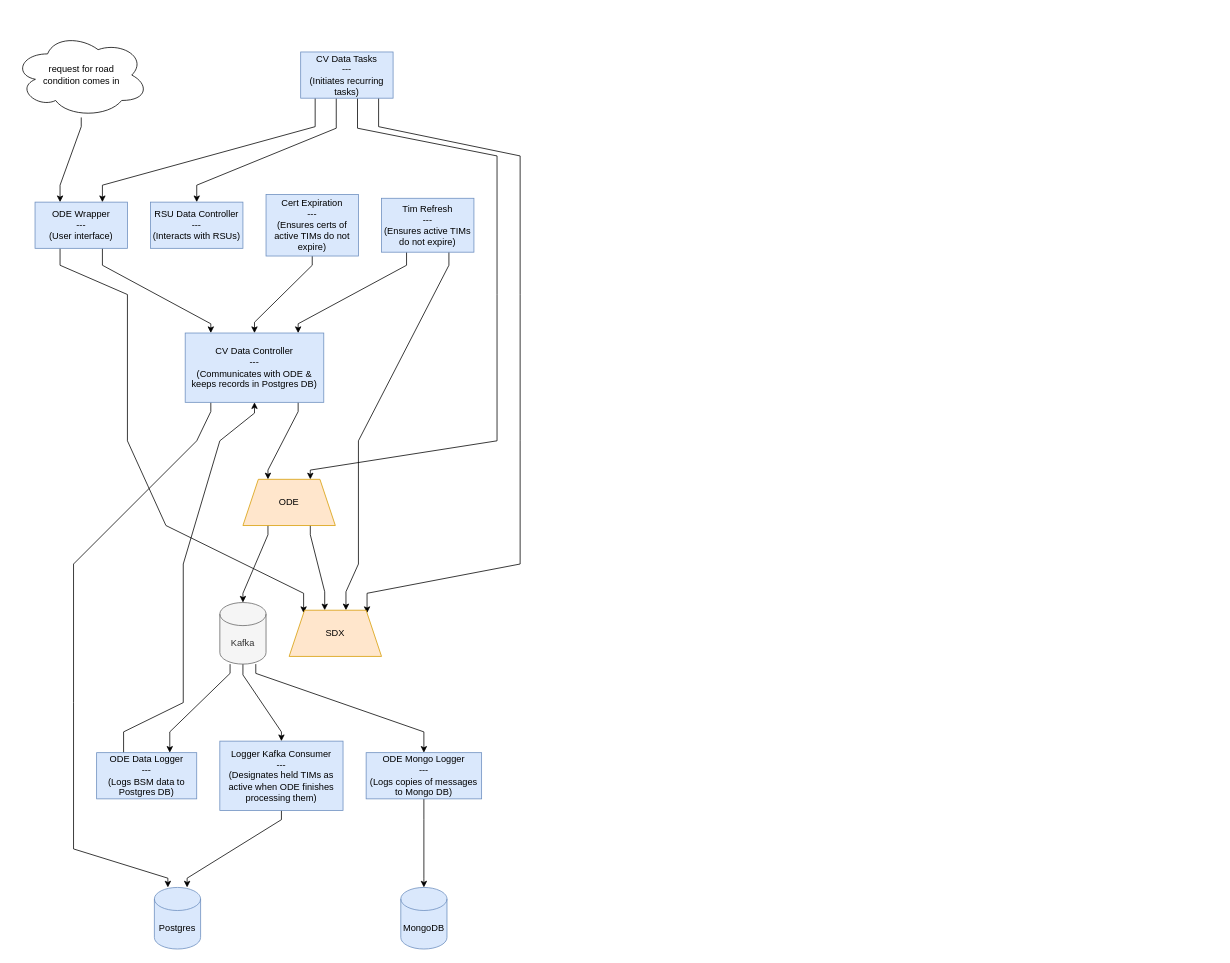
Earlier version of the draw.io diagram images/diagrams/data-flow-diagram.drawio (Trihydro/TIM-Manager). Source tidied: cells renumbered, new cells numbered last; positions are measured from the earlier drawing's top-left corner, leaving out a move shared by most shapes. Both pictures are drawn from the tidied source at 77%, with x=0, y=0 at pixel (13, 32).
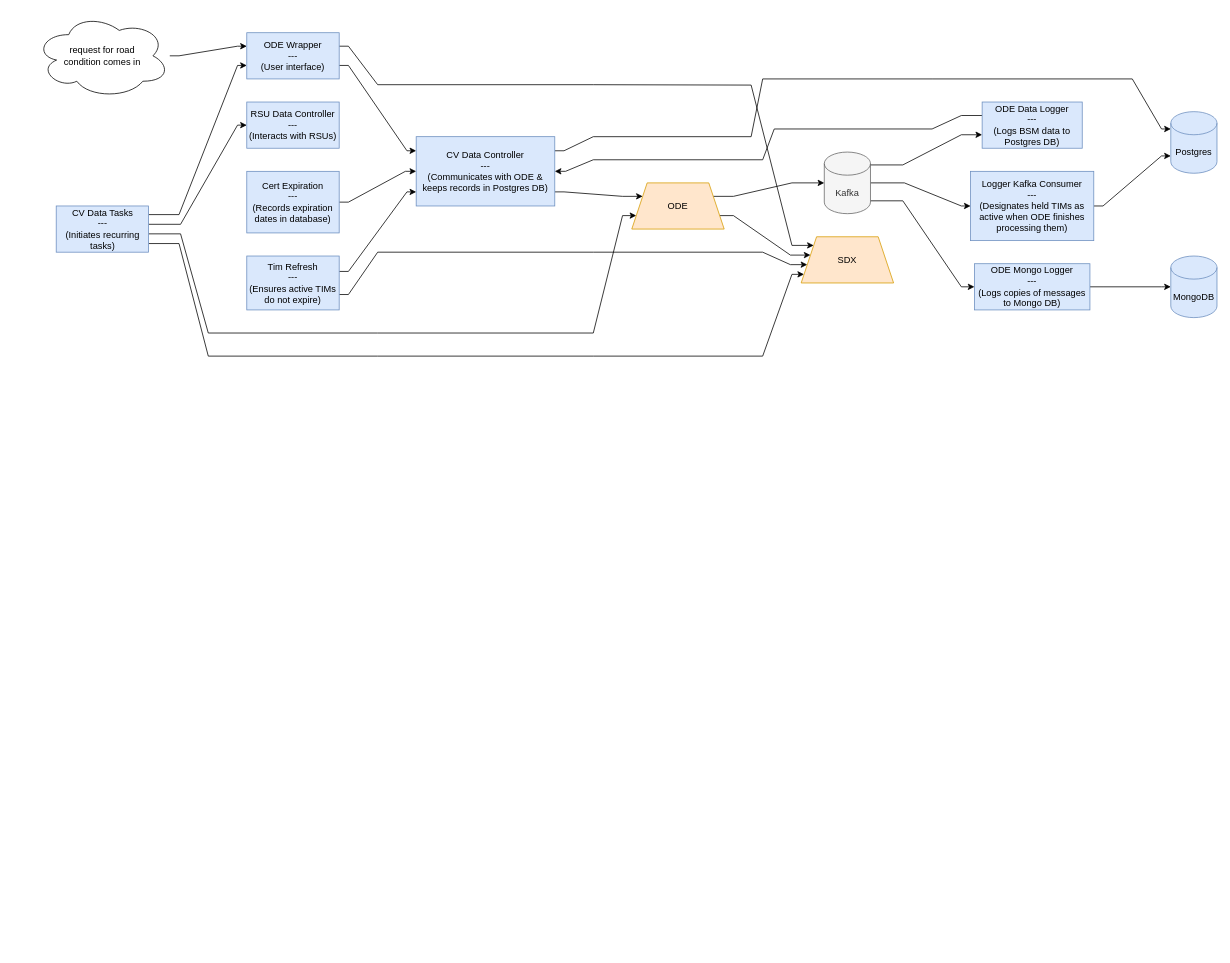
Above is the later version.

Commit message (it also covers changes not shown here):
Updated cert-expiration module description in data flow diagram & modified layout to horizontal

What changed in the source:
```diff
@@
     <mxCell id="2" style="rounded=0;jettySize=auto;html=1;noEdgeStyle=1;orthogonal=1;" parent="1" edge="1" source="4" target="7">
       <mxGeometry relative="1" as="geometry">
         <Array as="points">
-          <mxPoint x="115.5" y="302" />
-          <mxPoint x="256.3" y="378" />
+          <mxPoint x="435" y="42.5" />
+          <mxPoint x="511" y="153.3" />
         </Array>
       </mxGeometry>
     </mxCell>
     <mxCell id="3" style="rounded=0;jettySize=auto;html=1;noEdgeStyle=1;orthogonal=1;" parent="1" edge="1" source="4" target="33">
       <mxGeometry relative="1" as="geometry">
         <Array as="points">
-          <mxPoint x="60.5" y="302" />
-          <mxPoint x="148" y="340" />
-          <mxPoint x="148" y="530" />
-          <mxPoint x="148" y="530" />
-          <mxPoint x="198" y="640" />
-          <mxPoint x="376.8" y="728" />
+          <mxPoint x="435" y="17.5" />
+          <mxPoint x="473" y="67.5" />
+          <mxPoint x="753" y="67.5" />
+          <mxPoint x="753" y="67.5" />
+          <mxPoint x="958" y="68" />
+          <mxPoint x="1011" y="276.2" />
         </Array>
       </mxGeometry>
     </mxCell>
     <mxCell id="4" value="ODE Wrapper&lt;br&gt;---&lt;br&gt;(User interface)" style="rounded=0;whiteSpace=wrap;html=1;fillColor=#dae8fc;strokeColor=#6c8ebf;" parent="1" vertex="1">
-      <mxGeometry x="28" y="220" width="120" height="60" as="geometry" />
+      <mxGeometry x="303" width="120" height="60" as="geometry" />
     </mxCell>
     <mxCell id="5" style="rounded=0;jettySize=auto;html=1;noEdgeStyle=1;orthogonal=1;" parent="1" edge="1" source="7" target="34">
       <mxGeometry relative="1" as="geometry">
         <Array as="points">
-          <mxPoint x="369.7" y="492" />
-          <mxPoint x="330.5" y="568" />
+          <mxPoint x="715" y="206.7" />
+          <mxPoint x="791" y="212.5" />
         </Array>
       </mxGeometry>
     </mxCell>
     <mxCell id="6" style="edgeStyle=orthogonalEdgeStyle;rounded=0;jettySize=auto;html=1;noEdgeStyle=1;orthogonal=1;" parent="1" edge="1" source="7" target="36">
       <mxGeometry relative="1" as="geometry">
         <Array as="points">
-          <mxPoint x="256.3" y="492" />
-          <mxPoint x="238" y="530" />
-          <mxPoint x="78" y="690" />
-          <mxPoint x="78" y="870" />
-          <mxPoint x="78" y="870" />
-          <mxPoint x="78" y="1060" />
-          <mxPoint x="200.5" y="1098" />
+          <mxPoint x="715" y="153.3" />
+          <mxPoint x="753" y="135" />
+          <mxPoint x="958" y="135" />
+          <mxPoint x="973" y="60" />
+          <mxPoint x="1193" y="60" />
+          <mxPoint x="1193" y="60" />
+          <mxPoint x="1453" y="60" />
+          <mxPoint x="1491" y="125" />
         </Array>
       </mxGeometry>
     </mxCell>
     <mxCell id="7" value="CV Data Controller&lt;br&gt;---&lt;br&gt;(Communicates with ODE &amp;amp; keeps records in Postgres DB)" style="rounded=0;whiteSpace=wrap;html=1;fillColor=#dae8fc;strokeColor=#6c8ebf;" parent="1" vertex="1">
-      <mxGeometry x="223" y="390" width="180" height="90" as="geometry" />
+      <mxGeometry x="523" y="135" width="180" height="90" as="geometry" />
     </mxCell>
     <mxCell id="8" style="edgeStyle=orthogonalEdgeStyle;rounded=0;jettySize=auto;html=1;noEdgeStyle=1;orthogonal=1;" parent="1" edge="1" source="9" target="4">
       <mxGeometry relative="1" as="geometry">
         <Array as="points">
-          <mxPoint x="88" y="122" />
-          <mxPoint x="60.5" y="198" />
+          <mxPoint x="215" y="30" />
+          <mxPoint x="291" y="17.5" />
         </Array>
       </mxGeometry>
     </mxCell>
     <mxCell id="9" value="r&lt;span style=&quot;background-color: initial;&quot;&gt;equest for road&lt;/span&gt;&lt;div&gt;&lt;span style=&quot;background-color: initial;&quot;&gt;condition comes in&lt;/span&gt;&lt;/div&gt;" style="ellipse;shape=cloud;whiteSpace=wrap;html=1;" parent="1" vertex="1">
-      <mxGeometry x="0.5" width="175" height="110" as="geometry" />
+      <mxGeometry x="28" y="-25" width="175" height="110" as="geometry" />
     </mxCell>
     <mxCell id="10" style="rounded=0;jettySize=auto;html=1;noEdgeStyle=1;orthogonal=1;" parent="1" edge="1" source="34" target="18">
       <mxGeometry relative="1" as="geometry">
         <Array as="points">
-          <mxPoint x="330.5" y="652" />
-          <mxPoint x="298" y="728" />
+          <mxPoint x="935" y="212.5" />
+          <mxPoint x="1011" y="195" />
         </Array>
       </mxGeometry>
     </mxCell>
     <mxCell id="11" style="rounded=0;jettySize=auto;html=1;noEdgeStyle=1;orthogonal=1;" parent="1" edge="1" source="34" target="33">
       <mxGeometry relative="1" as="geometry">
         <Array as="points">
-          <mxPoint x="385.5" y="652" />
-          <mxPoint x="404.2" y="726" />
+          <mxPoint x="935" y="237.5" />
+          <mxPoint x="1009" y="288.8" />
         </Array>
       </mxGeometry>
     </mxCell>
     <mxCell id="12" style="edgeStyle=orthogonalEdgeStyle;rounded=0;jettySize=auto;html=1;noEdgeStyle=1;orthogonal=1;" parent="1" edge="1" source="13" target="36">
       <mxGeometry relative="1" as="geometry">
         <Array as="points">
-          <mxPoint x="348" y="1022" />
-          <mxPoint x="225.5" y="1098" />
+          <mxPoint x="1415" y="225" />
+          <mxPoint x="1491" y="160" />
         </Array>
       </mxGeometry>
     </mxCell>
     <mxCell id="13" value="Logger Kafka Consumer&lt;br&gt;---&lt;br&gt;&lt;div&gt;(Designates held TIMs as active when ODE finishes processing them)&lt;/div&gt;" style="rounded=0;whiteSpace=wrap;html=1;fillColor=#dae8fc;strokeColor=#6c8ebf;" parent="1" vertex="1">
-      <mxGeometry x="268" y="920" width="160" height="90" as="geometry" />
+      <mxGeometry x="1243" y="180" width="160" height="90" as="geometry" />
     </mxCell>
     <mxCell id="14" value="MongoDB" style="shape=cylinder3;whiteSpace=wrap;html=1;boundedLbl=1;backgroundOutline=1;size=15;fillColor=#dae8fc;strokeColor=#6c8ebf;" parent="1" vertex="1">
-      <mxGeometry x="503" y="1110" width="60" height="80" as="geometry" />
+      <mxGeometry x="1503" y="290" width="60" height="80" as="geometry" />
     </mxCell>
     <mxCell id="15" style="rounded=0;jettySize=auto;html=1;noEdgeStyle=1;orthogonal=1;" parent="1" edge="1" source="18" target="13">
       <mxGeometry relative="1" as="geometry">
         <Array as="points">
-          <mxPoint x="298" y="834" />
-          <mxPoint x="348" y="908" />
+          <mxPoint x="1157" y="195" />
+          <mxPoint x="1231" y="225" />
         </Array>
       </mxGeometry>
     </mxCell>
     <mxCell id="16" style="rounded=0;jettySize=auto;html=1;noEdgeStyle=1;orthogonal=1;" parent="1" edge="1" source="18" target="32">
       <mxGeometry relative="1" as="geometry">
         <Array as="points">
-          <mxPoint x="314.7" y="832" />
-          <mxPoint x="533" y="908" />
+          <mxPoint x="1155" y="218.3" />
+          <mxPoint x="1231" y="330" />
         </Array>
       </mxGeometry>
     </mxCell>
     <mxCell id="17" style="edgeStyle=orthogonalEdgeStyle;rounded=0;jettySize=auto;html=1;noEdgeStyle=1;orthogonal=1;" parent="1" edge="1" source="18" target="28">
       <mxGeometry relative="1" as="geometry">
         <Array as="points">
-          <mxPoint x="281.3" y="832" />
-          <mxPoint x="203" y="908" />
+          <mxPoint x="1155" y="171.7" />
+          <mxPoint x="1231" y="132.5" />
         </Array>
       </mxGeometry>
     </mxCell>
     <mxCell id="18" value="Kafka" style="shape=cylinder3;whiteSpace=wrap;html=1;boundedLbl=1;backgroundOutline=1;size=15;fillColor=#f5f5f5;fontColor=#333333;strokeColor=#666666;" parent="1" vertex="1">
-      <mxGeometry x="268" y="740" width="60" height="80" as="geometry" />
+      <mxGeometry x="1053" y="155" width="60" height="80" as="geometry" />
     </mxCell>
     <mxCell id="19" style="rounded=0;jettySize=auto;html=1;noEdgeStyle=1;orthogonal=1;" parent="1" edge="1" source="35" target="34">
       <mxGeometry relative="1" as="geometry">
         <Array as="points">
-          <mxPoint x="446.8" y="124" />
-          <mxPoint x="628" y="160" />
-          <mxPoint x="628" y="340" />
-          <mxPoint x="628" y="340" />
-          <mxPoint x="628" y="530" />
-          <mxPoint x="385.5" y="568" />
+          <mxPoint x="217" y="261.2" />
+          <mxPoint x="253" y="390" />
+          <mxPoint x="473" y="390" />
+          <mxPoint x="473" y="390" />
+          <mxPoint x="753" y="390" />
+          <mxPoint x="791" y="237.5" />
         </Array>
       </mxGeometry>
     </mxCell>
     <mxCell id="20" style="rounded=0;jettySize=auto;html=1;noEdgeStyle=1;orthogonal=1;" parent="1" edge="1" source="35" target="23">
       <mxGeometry relative="1" as="geometry">
         <Array as="points">
-          <mxPoint x="419.2" y="124" />
-          <mxPoint x="238" y="198" />
+          <mxPoint x="217" y="248.8" />
+          <mxPoint x="291" y="120" />
         </Array>
       </mxGeometry>
     </mxCell>
     <mxCell id="21" style="rounded=0;jettySize=auto;html=1;noEdgeStyle=1;orthogonal=1;" parent="1" edge="1" source="35" target="4">
       <mxGeometry relative="1" as="geometry">
         <Array as="points">
-          <mxPoint x="391.8" y="122" />
-          <mxPoint x="115.5" y="198" />
+          <mxPoint x="215" y="236.2" />
+          <mxPoint x="291" y="42.5" />
         </Array>
       </mxGeometry>
     </mxCell>
     <mxCell id="22" style="rounded=0;jettySize=auto;html=1;noEdgeStyle=1;orthogonal=1;" parent="1" edge="1" source="35" target="33">
       <mxGeometry relative="1" as="geometry">
         <Array as="points">
-          <mxPoint x="474.2" y="122" />
-          <mxPoint x="658" y="160" />
-          <mxPoint x="658" y="340" />
-          <mxPoint x="658" y="340" />
-          <mxPoint x="658" y="530" />
-          <mxPoint x="658" y="530" />
-          <mxPoint x="658" y="690" />
-          <mxPoint x="459.2" y="728" />
+          <mxPoint x="215" y="273.8" />
+          <mxPoint x="253" y="420" />
+          <mxPoint x="473" y="420" />
+          <mxPoint x="473" y="420" />
+          <mxPoint x="753" y="420" />
+          <mxPoint x="753" y="420" />
+          <mxPoint x="973" y="420" />
+          <mxPoint x="1011" y="313.8" />
         </Array>
       </mxGeometry>
     </mxCell>
     <mxCell id="23" value="RSU Data Controller&lt;br&gt;---&lt;br&gt;(Interacts with RSUs)" style="rounded=0;whiteSpace=wrap;html=1;fillColor=#dae8fc;strokeColor=#6c8ebf;" parent="1" vertex="1">
-      <mxGeometry x="178" y="220" width="120" height="60" as="geometry" />
+      <mxGeometry x="303" y="90" width="120" height="60" as="geometry" />
     </mxCell>
     <mxCell id="24" style="rounded=0;jettySize=auto;html=1;noEdgeStyle=1;orthogonal=1;" parent="1" edge="1" source="26" target="7">
       <mxGeometry relative="1" as="geometry">
         <Array as="points">
-          <mxPoint x="510.5" y="302" />
-          <mxPoint x="369.7" y="378" />
+          <mxPoint x="435" y="310" />
+          <mxPoint x="511" y="206.7" />
         </Array>
       </mxGeometry>
     </mxCell>
     <mxCell id="25" style="rounded=0;jettySize=auto;html=1;noEdgeStyle=1;orthogonal=1;" parent="1" edge="1" source="26" target="33">
       <mxGeometry relative="1" as="geometry">
         <Array as="points">
-          <mxPoint x="565.5" y="302" />
-          <mxPoint x="448" y="530" />
-          <mxPoint x="448" y="530" />
-          <mxPoint x="448" y="690" />
-          <mxPoint x="431.8" y="726" />
+          <mxPoint x="435" y="340" />
+          <mxPoint x="473" y="285" />
+          <mxPoint x="753" y="285" />
+          <mxPoint x="753" y="285" />
+          <mxPoint x="973" y="285" />
+          <mxPoint x="1009" y="301.2" />
         </Array>
       </mxGeometry>
     </mxCell>
     <mxCell id="26" value="Tim Refresh&lt;br&gt;---&lt;br&gt;(Ensures active TIMs do not expire)" style="rounded=0;whiteSpace=wrap;html=1;fillColor=#dae8fc;strokeColor=#6c8ebf;" parent="1" vertex="1">
-      <mxGeometry x="478" y="215" width="120" height="70" as="geometry" />
+      <mxGeometry x="303" y="290" width="120" height="70" as="geometry" />
     </mxCell>
     <mxCell id="27" style="rounded=0;jettySize=auto;html=1;noEdgeStyle=1;orthogonal=1;" parent="1" edge="1" source="28" target="7">
       <mxGeometry relative="1" as="geometry">
         <Array as="points">
-          <mxPoint x="143" y="908" />
-          <mxPoint x="220.5" y="870" />
-          <mxPoint x="220.5" y="690" />
-          <mxPoint x="268" y="530" />
-          <mxPoint x="313" y="494" />
+          <mxPoint x="1231" y="107.5" />
+          <mxPoint x="1193" y="125" />
+          <mxPoint x="988" y="125" />
+          <mxPoint x="973" y="165" />
+          <mxPoint x="753" y="165" />
+          <mxPoint x="717" y="180" />
         </Array>
       </mxGeometry>
     </mxCell>
     <mxCell id="28" value="ODE Data Logger&lt;br&gt;---&lt;br&gt;&lt;div&gt;(Logs BSM data to Postgres DB)&lt;/div&gt;" style="rounded=0;whiteSpace=wrap;html=1;fillColor=#dae8fc;strokeColor=#6c8ebf;" parent="1" vertex="1">
-      <mxGeometry x="108" y="935" width="130" height="60" as="geometry" />
+      <mxGeometry x="1258" y="90" width="130" height="60" as="geometry" />
     </mxCell>
     <mxCell id="29" style="rounded=0;jettySize=auto;html=1;noEdgeStyle=1;orthogonal=1;" parent="1" edge="1" source="30" target="7">
       <mxGeometry relative="1" as="geometry">
         <Array as="points">
-          <mxPoint x="388" y="302" />
-          <mxPoint x="313" y="376" />
+          <mxPoint x="435" y="220" />
+          <mxPoint x="509" y="180" />
         </Array>
       </mxGeometry>
     </mxCell>
-    <mxCell id="30" value="Cert Expiration&lt;br&gt;---&lt;br&gt;(Ensures certs of active TIMs do not expire)" style="rounded=0;whiteSpace=wrap;html=1;fillColor=#dae8fc;strokeColor=#6c8ebf;" parent="1" vertex="1">
-      <mxGeometry x="328" y="210" width="120" height="80" as="geometry" />
+    <mxCell id="30" value="Cert Expiration&lt;br&gt;---&lt;br&gt;(Records expiration dates in database)" style="rounded=0;whiteSpace=wrap;html=1;fillColor=#dae8fc;strokeColor=#6c8ebf;" parent="1" vertex="1">
+      <mxGeometry x="303" y="180" width="120" height="80" as="geometry" />
     </mxCell>
     <mxCell id="31" style="rounded=0;jettySize=auto;html=1;noEdgeStyle=1;orthogonal=1;" parent="1" edge="1" source="32" target="14">
       <mxGeometry relative="1" as="geometry">
         <Array as="points">
-          <mxPoint x="533" y="1022" />
-          <mxPoint x="533" y="1098" />
+          <mxPoint x="1415" y="330" />
+          <mxPoint x="1491" y="330" />
         </Array>
       </mxGeometry>
     </mxCell>
     <mxCell id="32" value="ODE Mongo Logger&lt;br&gt;---&lt;br&gt;(Logs copies of messages to Mongo DB)" style="rounded=0;whiteSpace=wrap;html=1;fillColor=#dae8fc;strokeColor=#6c8ebf;" parent="1" vertex="1">
-      <mxGeometry x="458" y="935" width="150" height="60" as="geometry" />
+      <mxGeometry x="1248" y="300" width="150" height="60" as="geometry" />
     </mxCell>
     <mxCell id="33" value="SDX" style="shape=trapezoid;perimeter=trapezoidPerimeter;whiteSpace=wrap;html=1;fixedSize=1;fillColor=#ffe6cc;strokeColor=#d79b00;" parent="1" vertex="1">
-      <mxGeometry x="358" y="750" width="120" height="60" as="geometry" />
+      <mxGeometry x="1023" y="265" width="120" height="60" as="geometry" />
     </mxCell>
     <mxCell id="34" value="ODE" style="shape=trapezoid;perimeter=trapezoidPerimeter;whiteSpace=wrap;html=1;fixedSize=1;fillColor=#ffe6cc;strokeColor=#d79b00;" parent="1" vertex="1">
-      <mxGeometry x="298" y="580" width="120" height="60" as="geometry" />
+      <mxGeometry x="803" y="195" width="120" height="60" as="geometry" />
     </mxCell>
     <mxCell id="35" value="CV Data Tasks&lt;div&gt;---&lt;/div&gt;&lt;div&gt;(Initiates recurring tasks)&lt;/div&gt;" style="rounded=0;whiteSpace=wrap;html=1;fillColor=#dae8fc;strokeColor=#6c8ebf;" parent="1" vertex="1">
-      <mxGeometry x="373" y="25" width="120" height="60" as="geometry" />
+      <mxGeometry x="55.5" y="225" width="120" height="60" as="geometry" />
     </mxCell>
     <mxCell id="36" value="Postgres" style="shape=cylinder3;whiteSpace=wrap;html=1;boundedLbl=1;backgroundOutline=1;size=15;fillColor=#dae8fc;strokeColor=#6c8ebf;" parent="1" vertex="1">
-      <mxGeometry x="183" y="1110" width="60" height="80" as="geometry" />
+      <mxGeometry x="1503" y="102.5" width="60" height="80" as="geometry" />
     </mxCell>
```
